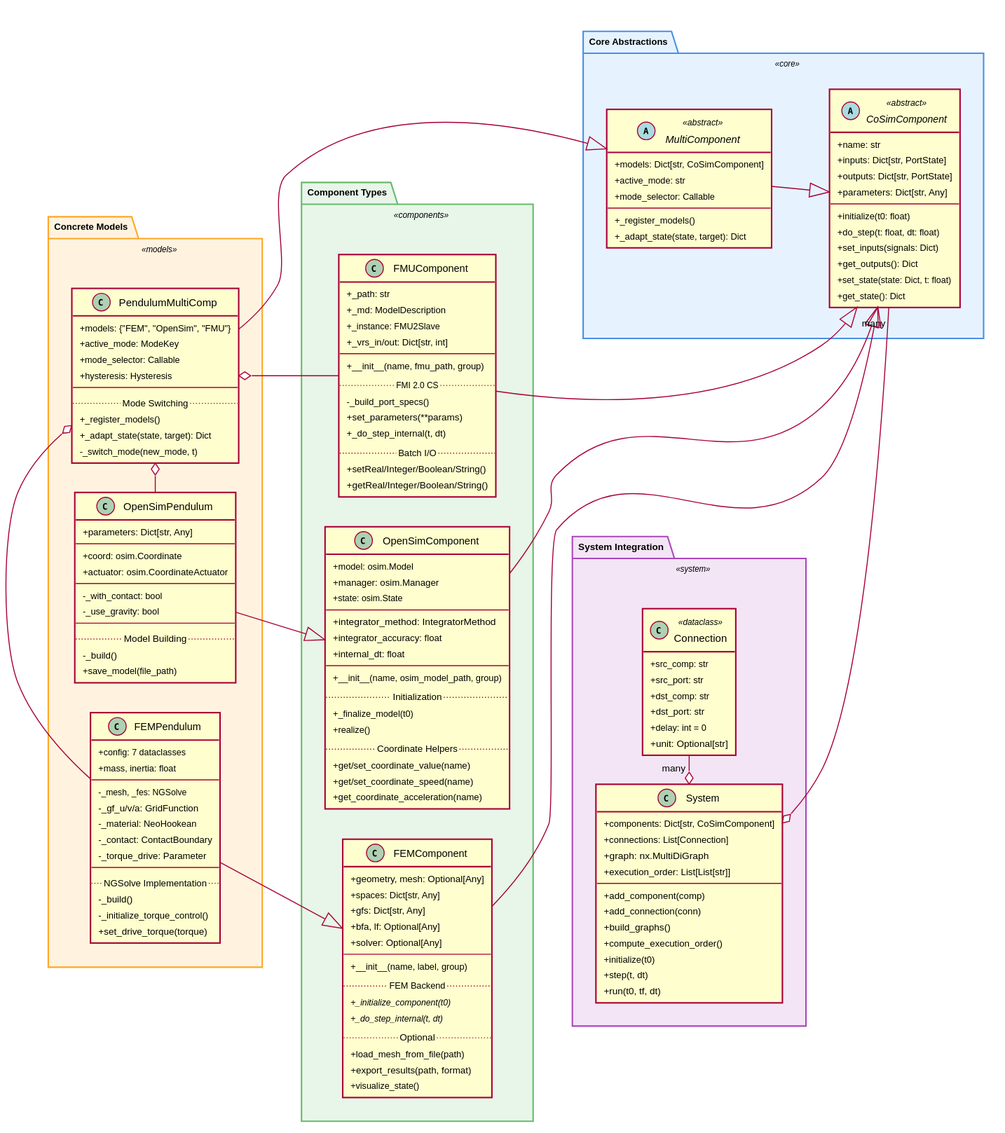
FlorianFrech/SystemSimulation keeps this PlantUML diagram as docs/diagrams/out/SysSimX_Simplified.svg. Above is the earlier version.
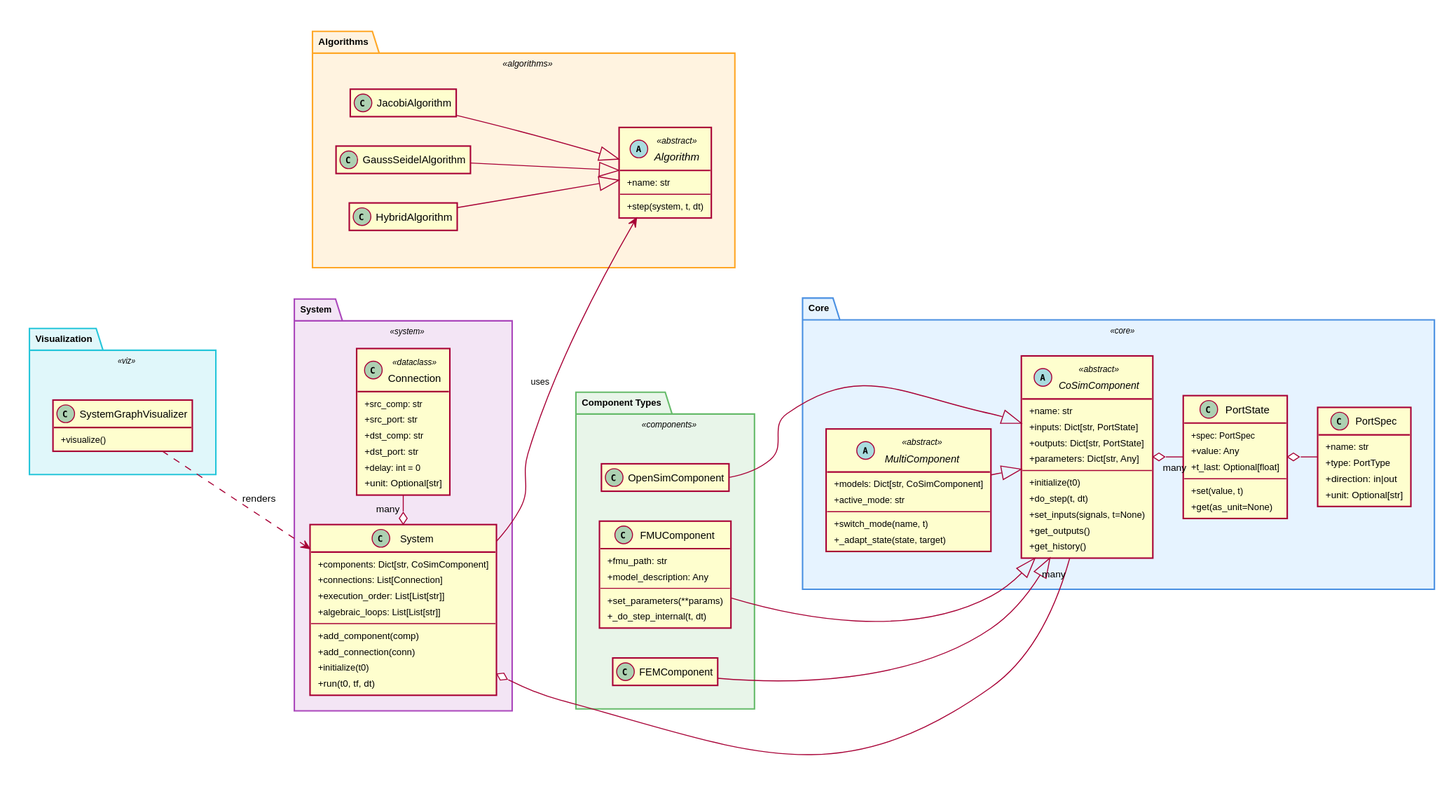
After the change.

What changed in the source:
```diff
@@ -8,11 +8,8 @@
 skinparam classFontSize 10
 skinparam nodesep 30
 skinparam ranksep 30
-
 skinparam backgroundColor white
-
 skinparam shadowing false
-
 hide empty members
 
 skinparam package {
@@ -22,153 +19,80 @@
     BackgroundColor<<components>> #E8F5E9
     BorderColor<<components>> #66BB6A
 
-    BackgroundColor<<models>> #FFF3E0
-    BorderColor<<models>> #FFA726
-
     BackgroundColor<<system>> #F3E5F5
     BorderColor<<system>> #AB47BC
+
+    BackgroundColor<<algorithms>> #FFF3E0
+    BorderColor<<algorithms>> #FFA726
+
+    BackgroundColor<<viz>> #E0F7FA
+    BorderColor<<viz>> #26C6DA
 }
 
 left to right direction
 
 
-package "Core Abstractions" <<core>> {
+package "Core" <<core>> {
+    class PortSpec {
+        + name: str
+        + type: PortType
+        + direction: in|out
+        + unit: Optional[str]
+    }
+
+    class PortState {
+        + spec: PortSpec
+        + value: Any
+        + t_last: Optional[float]
+        --
+        + set(value, t)
+        + get(as_unit=None)
+    }
+
     abstract class CoSimComponent <<abstract>> {
         + name: str
         + inputs: Dict[str, PortState]
         + outputs: Dict[str, PortState]
         + parameters: Dict[str, Any]
         --
-        + initialize(t0: float)
-        + do_step(t: float, dt: float)
-        + set_inputs(signals: Dict)
-        + get_outputs(): Dict
-        + set_state(state: Dict, t: float)
-        + get_state(): Dict
+        + initialize(t0)
+        + do_step(t, dt)
+        + set_inputs(signals, t=None)
+        + get_outputs()
+        + get_history()
     }
 
     abstract class MultiComponent <<abstract>> {
         + models: Dict[str, CoSimComponent]
         + active_mode: str
-        + mode_selector: Callable
         --
-        + _register_models()
-        + _adapt_state(state, target): Dict
+        + switch_mode(name, t)
+        + _adapt_state(state, target)
     }
 
     MultiComponent -down-|> CoSimComponent
+    CoSimComponent o-- "many" PortState
+    PortState o-- PortSpec
 }
 
 package "Component Types" <<components>> {
     class FMUComponent {
-        + _path: str
-        + _md: ModelDescription
-        + _instance: FMU2Slave
-        + _vrs_in/out: Dict[str, int]
+        + fmu_path: str
+        + model_description: Any
         --
-        + __init__(name, fmu_path, group)
-        .. FMI 2.0 CS ..
-        - _build_port_specs()
         + set_parameters(**params)
         + _do_step_internal(t, dt)
-        .. Batch I/O ..
-        + setReal/Integer/Boolean/String()
-        + getReal/Integer/Boolean/String()
     }
 
-    class FEMComponent {
-        + geometry, mesh: Optional[Any]
-        + spaces: Dict[str, Any]
-        + gfs: Dict[str, Any]
-        + bfa, lf: Optional[Any]
-        + solver: Optional[Any]
-        --
-        + __init__(name, label, group)
-        .. FEM Backend ..
-        {abstract} + _initialize_component(t0)
-        {abstract} + _do_step_internal(t, dt)
-        .. Optional ..
-        + load_mesh_from_file(path)
-        + export_results(path, format)
-        + visualize_state()
-    }
-
-    class OpenSimComponent {
-        + model: osim.Model
-        + manager: osim.Manager
-        + state: osim.State
-        --
-        + integrator_method: IntegratorMethod
-        + integrator_accuracy: float
-        + internal_dt: float
-        --
-        + __init__(name, osim_model_path, group)
-        .. Initialization ..
-        + _finalize_model(t0)
-        + realize()
-        .. Coordinate Helpers ..
-        + get/set_coordinate_value(name)
-        + get/set_coordinate_speed(name)
-        + get_coordinate_acceleration(name)
-    }
+    class FEMComponent
+    class OpenSimComponent
 
     FMUComponent -down-|> CoSimComponent
     FEMComponent -down-|> CoSimComponent
     OpenSimComponent -down-|> CoSimComponent
 }
 
-package "Concrete Models" <<models>> {
-    class FEMPendulum {
-        + config: 7 dataclasses
-        + mass, inertia: float
-        --
-        - _mesh, _fes: NGSolve
-        - _gf_u/v/a: GridFunction
-        - _material: NeoHookean
-        - _contact: ContactBoundary
-        - _torque_drive: Parameter
-        --
-        .. NGSolve Implementation ..
-        - _build()
-        - _initialize_torque_control()
-        + set_drive_torque(torque)
-    }
-
-    class OpenSimPendulum {
-        + parameters: Dict[str, Any]
-        --
-        + coord: osim.Coordinate
-        + actuator: osim.CoordinateActuator
-        --
-        - _with_contact: bool
-        - _use_gravity: bool
-        --
-        .. Model Building ..
-        - _build()
-        + save_model(file_path)
-    }
-
-    class PendulumMultiComp {
-        + models: {"FEM", "OpenSim", "FMU"}
-        + active_mode: ModeKey
-        + mode_selector: Callable
-        + hysteresis: Hysteresis
-        --
-        .. Mode Switching ..
-        + _register_models()
-        + _adapt_state(state, target): Dict
-        - _switch_mode(new_mode, t)
-    }
-
-    FEMPendulum -down-|> FEMComponent
-    OpenSimPendulum -down-|> OpenSimComponent
-    PendulumMultiComp -down-|> MultiComponent
-    PendulumMultiComp o- FEMPendulum
-    PendulumMultiComp o- OpenSimPendulum
-    PendulumMultiComp o- FMUComponent
-}
-
-package "System Integration" <<system>> {
+package "System" <<system>> {
     class Connection <<dataclass>> {
         + src_comp: str
         + src_port: str
@@ -181,15 +105,12 @@
     class System {
         + components: Dict[str, CoSimComponent]
         + connections: List[Connection]
-        + graph: nx.MultiDiGraph
         + execution_order: List[List[str]]
+        + algebraic_loops: List[List[str]]
         --
         + add_component(comp)
         + add_connection(conn)
-        + build_graphs()
-        + compute_execution_order()
         + initialize(t0)
-        + step(t, dt)
         + run(t0, tf, dt)
     }
 
@@ -197,8 +118,34 @@
     System o- "many" Connection
 }
 
-"Concrete Models" -[hidden]down- "Component Types"
-"Component Types" -[hidden]down- "Core Abstractions"
-"Core Abstractions" -[hidden]right- "System Integration"
+package "Algorithms" <<algorithms>> {
+    abstract class Algorithm <<abstract>> {
+        + name: str
+        --
+        + step(system, t, dt)
+    }
+
+    class JacobiAlgorithm
+    class GaussSeidelAlgorithm
+    class HybridAlgorithm
+
+    JacobiAlgorithm -down-|> Algorithm
+    GaussSeidelAlgorithm -down-|> Algorithm
+    HybridAlgorithm -down-|> Algorithm
+}
+
+package "Visualization" <<viz>> {
+    class SystemGraphVisualizer {
+        + visualize()
+    }
+}
+
+System --> Algorithm : uses
+SystemGraphVisualizer ..> System : renders
+
+"Component Types" -[hidden]down- "Core"
+"System" -[hidden]down- "Component Types"
+"Algorithms" -[hidden]right- "System"
+"Visualization" -[hidden]right- "Algorithms"
 
 @enduml
```
